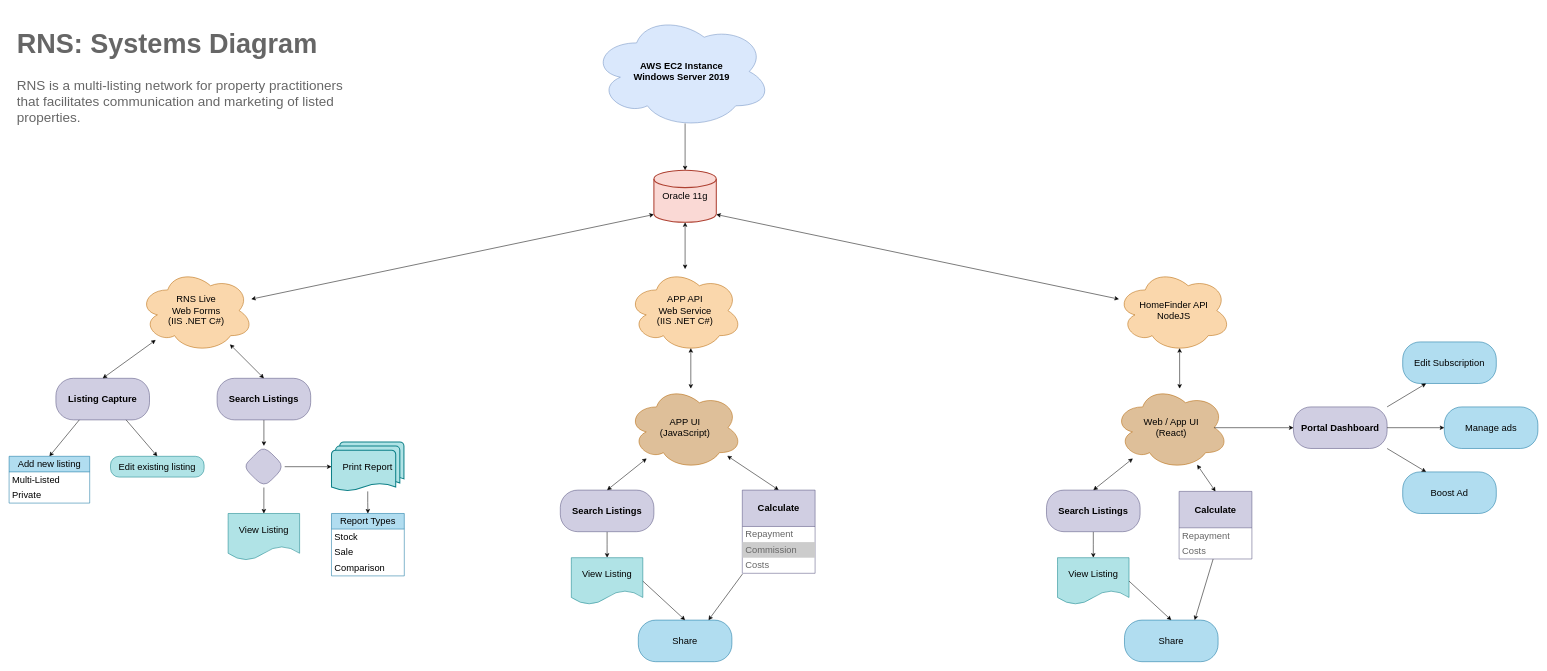
The draw.io diagram MLS.drawio in BoksBurger/MLS, before the edit. Source tidied: cells renumbered, new cells numbered last; positions are measured from the earlier drawing's top-left corner, leaving out a move shared by most shapes. Both pictures are drawn from the tidied source at 52%, with x=0, y=0 at pixel (9, 14).
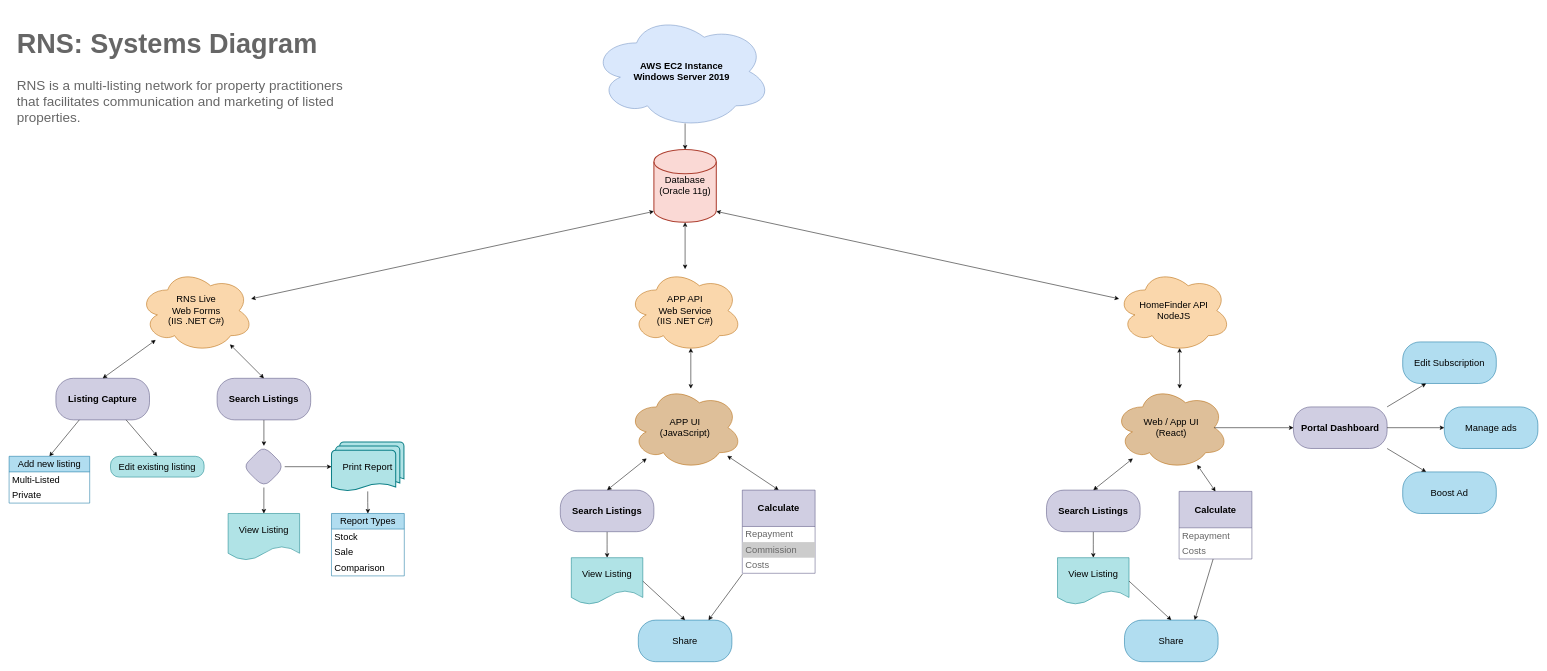
The same page after the edit.

Diff of the diagram source:
```diff
@@
-    <mxCell id="4" value="Oracle 11g" style="strokeWidth=2;html=1;shape=mxgraph.flowchart.database;whiteSpace=wrap;labelBackgroundColor=none;fontSize=18;fillColor=#fad9d5;strokeColor=#ae4132;" parent="1" vertex="1">
-      <mxGeometry x="1240" y="300" width="120" height="100" as="geometry" />
+    <mxCell id="4" value="Database&lt;br&gt;(Oracle 11g)" style="strokeWidth=2;html=1;shape=mxgraph.flowchart.database;whiteSpace=wrap;labelBackgroundColor=none;fontSize=18;fillColor=#fad9d5;strokeColor=#ae4132;" parent="1" vertex="1">
+      <mxGeometry x="1240" y="260" width="120" height="140" as="geometry" />
     </mxCell>
```
